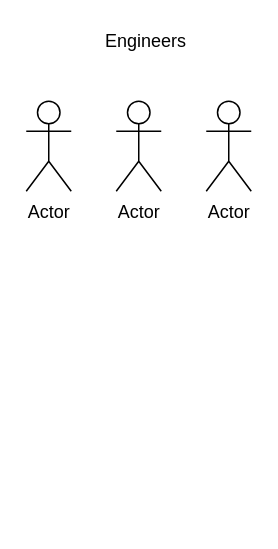
The draw.io diagram CI/CD Pipeline.drawio in vinodn90/Vin, before the edit. Source tidied: cells renumbered, new cells numbered last; positions are measured from the earlier drawing's top-left corner, leaving out a move shared by most shapes. Both pictures are drawn from the tidied source at 150%, with x=0, y=0 at pixel (26, 26).
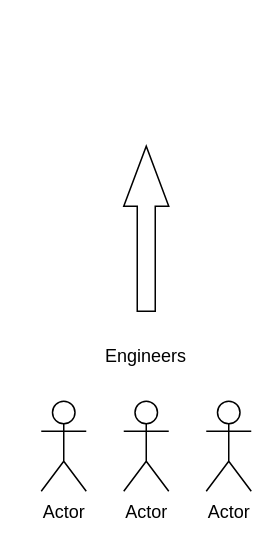
The same diagram, later.

Diff of the diagram source:
```diff
@@
 <mxGraphModel>
   <root>
     <mxCell id="0" />
     <mxCell id="1" parent="0" />
     <mxCell id="2" value="Actor" style="shape=umlActor;verticalLabelPosition=bottom;verticalAlign=top;html=1;" parent="1" vertex="1">
-      <mxGeometry y="50" width="30" height="60" as="geometry" />
+      <mxGeometry x="10" y="250" width="30" height="60" as="geometry" />
     </mxCell>
     <mxCell id="3" value="Actor" style="shape=umlActor;verticalLabelPosition=bottom;verticalAlign=top;html=1;" parent="1" vertex="1">
-      <mxGeometry x="60" y="50" width="30" height="60" as="geometry" />
+      <mxGeometry x="65" y="250" width="30" height="60" as="geometry" />
     </mxCell>
     <mxCell id="4" value="Actor" style="shape=umlActor;verticalLabelPosition=bottom;verticalAlign=top;html=1;" parent="1" vertex="1">
-      <mxGeometry x="120" y="50" width="30" height="60" as="geometry" />
+      <mxGeometry x="120" y="250" width="30" height="60" as="geometry" />
     </mxCell>
     <mxCell id="5" value="Engineers" style="text;html=1;strokeColor=none;fillColor=none;align=center;verticalAlign=middle;whiteSpace=wrap;rounded=0;" parent="1" vertex="1">
-      <mxGeometry x="60" width="40" height="20" as="geometry" />
+      <mxGeometry x="60" y="210" width="40" height="20" as="geometry" />
     </mxCell>
+    <mxCell id="6" style="html=1;shadow=0;dashed=0;align=center;verticalAlign=middle;shape=mxgraph.arrows2.arrow;dy=0.6;dx=40;direction=north;notch=0;" parent="1" vertex="1">
+      <mxGeometry x="65" y="80" width="30" height="110" as="geometry" />
+    </mxCell>
   </root>
 </mxGraphModel>
```
